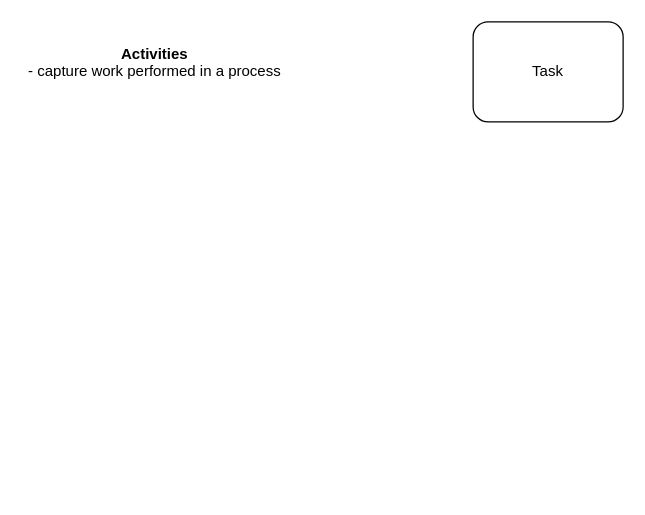
Earlier version of the draw.io diagram Untitled Diagram.drawio (rpaut/businessprosaut). Source tidied: cells renumbered, new cells numbered last; positions are measured from the earlier drawing's top-left corner, leaving out a move shared by most shapes. Both pictures are drawn from the tidied source at 125%, with x=0, y=0 at pixel (21, 21).
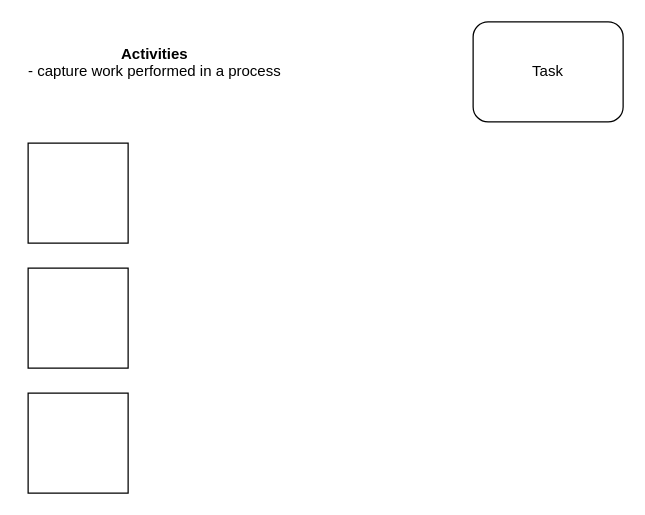
The same diagram, later.

What changed in the source:
```diff
@@
 <mxGraphModel>
   <root>
     <mxCell id="0" />
     <mxCell id="1" parent="0" />
     <mxCell id="2" value="&lt;div style=&quot;text-align: center&quot;&gt;&lt;b&gt;Activities&lt;/b&gt;&lt;/div&gt;&lt;div style=&quot;text-align: center&quot;&gt;&lt;span&gt;- capture work performed in a process&lt;/span&gt;&lt;/div&gt;&lt;div style=&quot;text-align: center&quot;&gt;&lt;br&gt;&lt;/div&gt;" style="text;html=1;align=center;verticalAlign=middle;fillColor=none;strokeColor=none;rounded=0;" parent="1" vertex="1">
       <mxGeometry y="17" width="212" height="46" as="geometry" />
     </mxCell>
     <mxCell id="3" value="Task" style="shape=ext;rounded=1;html=1;whiteSpace=wrap;" parent="1" vertex="1">
       <mxGeometry x="361" width="120" height="80" as="geometry" />
     </mxCell>
+    <mxCell id="4" style="whiteSpace=wrap;html=1;" parent="1" vertex="1">
+      <mxGeometry x="5" y="97" width="80" height="80" as="geometry" />
+    </mxCell>
+    <mxCell id="5" style="whiteSpace=wrap;html=1;" parent="1" vertex="1">
+      <mxGeometry x="5" y="197" width="80" height="80" as="geometry" />
+    </mxCell>
+    <mxCell id="6" style="whiteSpace=wrap;html=1;" parent="1" vertex="1">
+      <mxGeometry x="5" y="297" width="80" height="80" as="geometry" />
+    </mxCell>
   </root>
 </mxGraphModel>
```
